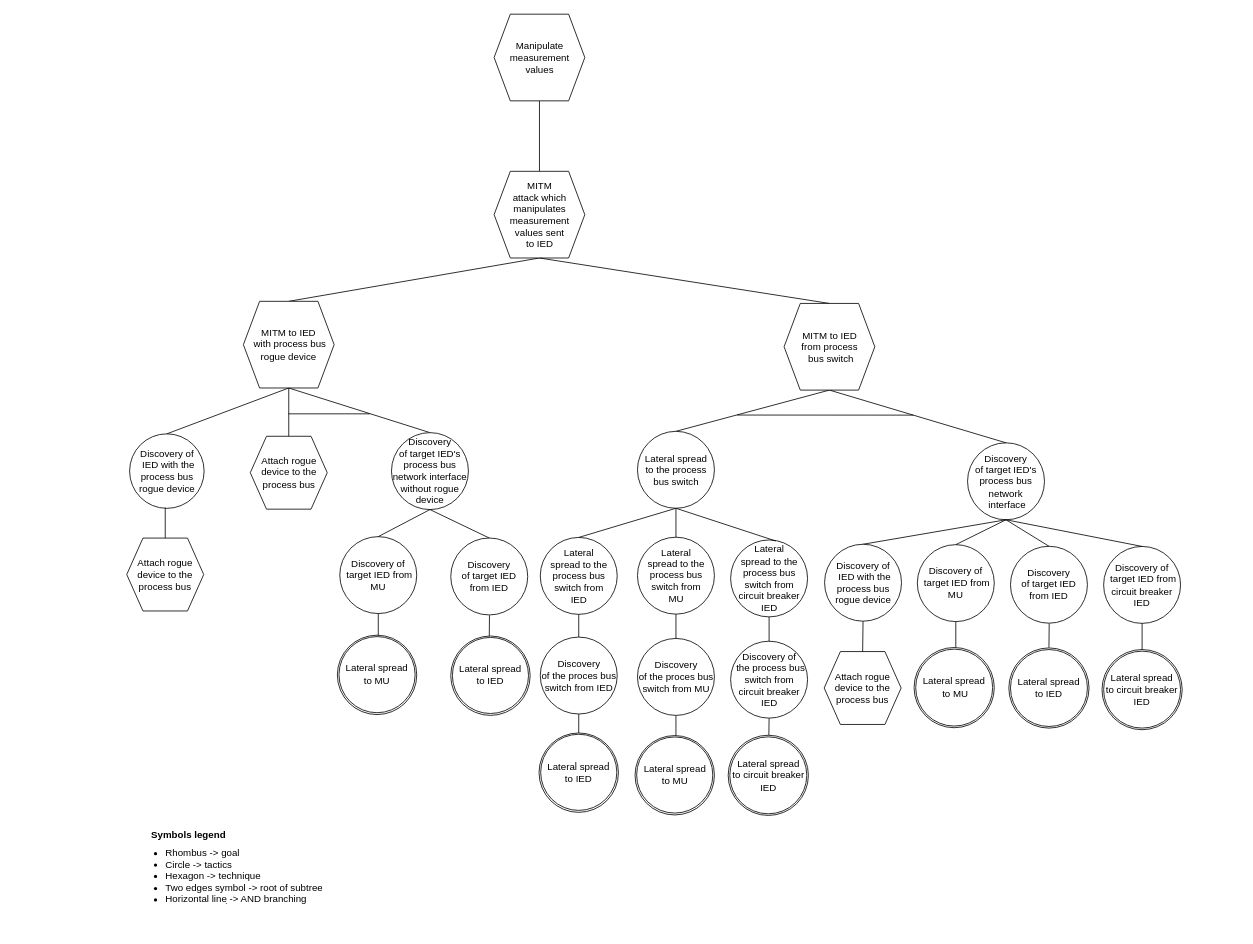
Earlier version of the draw.io diagram drawIO_trees/solution_3_3.drawio (mihaelM/Attack_trees). Source tidied: cells renumbered, new cells numbered last; positions are measured from the earlier drawing's top-left corner, leaving out a move shared by most shapes. Both pictures are drawn from the tidied source at 81%, with x=0, y=0 at pixel (126, 14).
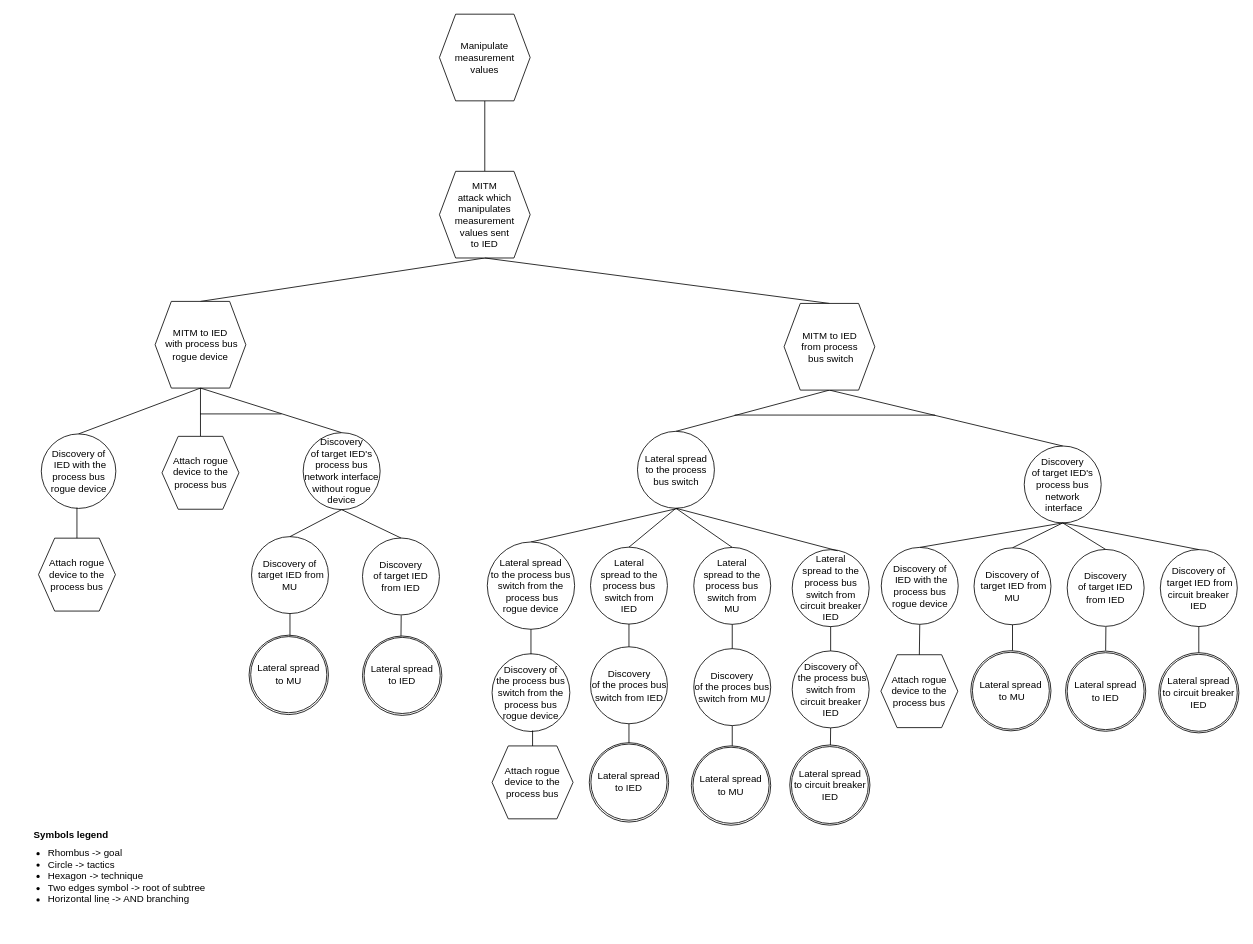
Above is the later version.

The change refers to these unchanged cells:
```xml
<mxCell id="34" value="Lateral spread &lt;br&gt;to the process bus switch" style="ellipse;whiteSpace=wrap;html=1;" parent="1" vertex="1">
  <mxGeometry x="630.5" y="515" width="95" height="95" as="geometry" />
</mxCell>
```

Change to the diagram source:
```diff
@@
     <mxCell id="4" value="MITM &lt;br&gt;attack which manipulates measurement values sent&lt;br&gt;to IED" style="shape=hexagon;perimeter=hexagonPerimeter2;whiteSpace=wrap;html=1;fixedSize=1;" parent="1" vertex="1">
-      <mxGeometry x="453.5" y="194" width="112" height="107" as="geometry" />
+      <mxGeometry x="386" y="194" width="112" height="107" as="geometry" />
     </mxCell>
     <mxCell id="5" value="Manipulate measurement values" style="shape=hexagon;perimeter=hexagonPerimeter2;whiteSpace=wrap;html=1;fixedSize=1;" parent="1" vertex="1">
-      <mxGeometry x="453.5" width="112" height="107" as="geometry" />
+      <mxGeometry x="386" width="112" height="107" as="geometry" />
     </mxCell>
     <mxCell id="6" value="Attach rogue device to the process bus" style="shape=hexagon;perimeter=hexagonPerimeter2;whiteSpace=wrap;html=1;fixedSize=1;" parent="1" vertex="1">
-      <mxGeometry y="646.8" width="95" height="90" as="geometry" />
+      <mxGeometry x="-109" y="646.9" width="95" height="90" as="geometry" />
     </mxCell>
     <mxCell id="7" value="Discovery of&lt;br&gt;&amp;nbsp;IED with the process bus rogue device" style="ellipse;whiteSpace=wrap;html=1;" parent="1" vertex="1">
-      <mxGeometry x="3.5" y="518.1" width="92" height="92" as="geometry" />
+      <mxGeometry x="-105.5" y="518.2" width="92" height="92" as="geometry" />
     </mxCell>
     <mxCell id="8" style="endArrow=none;html=1;rounded=0;entryX=0.5;entryY=0;entryDx=0;entryDy=0;exitX=0.44;exitY=0.99;exitDx=0;exitDy=0;exitPerimeter=0;" parent="1" edge="1" target="6">
       <mxGeometry relative="1" as="geometry">
-        <mxPoint x="47.5" y="609.2" as="sourcePoint" />
+        <mxPoint x="-61.5" y="609.2" as="sourcePoint" />
       </mxGeometry>
     </mxCell>
     <mxCell id="9" style="endArrow=none;html=1;rounded=0;exitX=0.5;exitY=1;exitDx=0;exitDy=0;" parent="1" edge="1" source="10">
       <mxGeometry relative="1" as="geometry">
-        <mxPoint x="558" y="892.2" as="targetPoint" />
+        <mxPoint x="620" y="904.3" as="targetPoint" />
       </mxGeometry>
     </mxCell>
     <mxCell id="10" value="Discovery&lt;br&gt;of the proces bus switch from IED" style="ellipse;whiteSpace=wrap;html=1;" parent="1" vertex="1">
-      <mxGeometry x="510.5" y="769" width="95" height="95" as="geometry" />
+      <mxGeometry x="572.5" y="781" width="95" height="95" as="geometry" />
     </mxCell>
     <mxCell id="11" value="Lateral&lt;br&gt;&amp;nbsp;spread to the&amp;nbsp;&lt;br&gt;process bus switch from &lt;br&gt;IED" style="ellipse;whiteSpace=wrap;html=1;" parent="1" vertex="1">
-      <mxGeometry x="510.5" y="646" width="95" height="95" as="geometry" />
+      <mxGeometry x="572.5" y="658" width="95" height="95" as="geometry" />
     </mxCell>
@@
     <mxCell id="14" style="endArrow=none;html=1;rounded=0;entryX=0.5;entryY=0;entryDx=0;entryDy=0;" parent="1" edge="1">
       <mxGeometry relative="1" as="geometry">
-        <mxPoint x="1138.8" y="752.4" as="sourcePoint" />
-        <mxPoint x="1138.5" y="781.9" as="targetPoint" />
+        <mxPoint x="1208.8" y="756.3" as="sourcePoint" />
+        <mxPoint x="1208.5" y="785.8" as="targetPoint" />
       </mxGeometry>
     </mxCell>
     <mxCell id="15" value="Discovery&lt;br&gt;of target IED's process bus network&lt;br&gt;&amp;nbsp;interface" style="ellipse;whiteSpace=wrap;html=1;" parent="1" vertex="1">
-      <mxGeometry x="1038" y="529.2" width="95" height="95" as="geometry" />
+      <mxGeometry x="1108" y="533.1" width="95" height="95" as="geometry" />
     </mxCell>
@@
     <mxCell id="19" value="Discovery&lt;br&gt;of target IED from IED" style="ellipse;whiteSpace=wrap;html=1;" parent="1" vertex="1">
-      <mxGeometry x="1091" y="656.9" width="95" height="95" as="geometry" />
+      <mxGeometry x="1161" y="660.8" width="95" height="95" as="geometry" />
     </mxCell>
@@
     <mxCell id="21" value="Discovery of&lt;br&gt;&amp;nbsp;target IED from MU" style="ellipse;whiteSpace=wrap;html=1;" parent="1" vertex="1">
-      <mxGeometry x="976" y="654.9" width="95" height="95" as="geometry" />
+      <mxGeometry x="1046" y="658.8" width="95" height="95" as="geometry" />
     </mxCell>
     <mxCell id="22" style="endArrow=none;html=1;rounded=0;entryX=0.5;entryY=1;entryDx=0;entryDy=0;" parent="1" edge="1" target="21">
       <mxGeometry relative="1" as="geometry">
-        <mxPoint x="1023.5" y="781.9" as="sourcePoint" />
+        <mxPoint x="1093.5" y="785.8" as="sourcePoint" />
       </mxGeometry>
     </mxCell>
@@
     <mxCell id="24" style="endArrow=none;html=1;rounded=0;" parent="1" edge="1">
       <mxGeometry relative="1" as="geometry">
-        <mxPoint x="753.5" y="494.9" as="sourcePoint" />
-        <mxPoint x="971" y="495" as="targetPoint" />
+        <mxPoint x="750.5" y="494.9" as="sourcePoint" />
+        <mxPoint x="998" y="495" as="targetPoint" />
       </mxGeometry>
     </mxCell>
@@
     <mxCell id="26" value="Attach rogue device to the process bus" style="shape=hexagon;perimeter=hexagonPerimeter2;whiteSpace=wrap;html=1;fixedSize=1;" parent="1" vertex="1">
-      <mxGeometry x="861" y="786.9" width="95" height="90" as="geometry" />
+      <mxGeometry x="931" y="790.8" width="95" height="90" as="geometry" />
     </mxCell>
@@
     <mxCell id="28" value="Discovery of&lt;br&gt;&amp;nbsp;IED with the process bus rogue device" style="ellipse;whiteSpace=wrap;html=1;" parent="1" vertex="1">
-      <mxGeometry x="861.5" y="654.4" width="95" height="95" as="geometry" />
+      <mxGeometry x="931.5" y="658.3" width="95" height="95" as="geometry" />
     </mxCell>
     <mxCell id="29" style="endArrow=none;html=1;rounded=0;exitX=0.5;exitY=1;exitDx=0;exitDy=0;" parent="1" edge="1" source="30">
       <mxGeometry relative="1" as="geometry">
-        <mxPoint x="678" y="891.9" as="targetPoint" />
+        <mxPoint x="747.5" y="904.6" as="targetPoint" />
       </mxGeometry>
     </mxCell>
     <mxCell id="30" value="Discovery&lt;br&gt;of the proces bus switch from MU" style="ellipse;whiteSpace=wrap;html=1;" parent="1" vertex="1">
-      <mxGeometry x="630.5" y="770.7" width="95" height="95" as="geometry" />
+      <mxGeometry x="700" y="783.3" width="95" height="95" as="geometry" />
     </mxCell>
     <mxCell id="31" value="Lateral&lt;br&gt;&amp;nbsp;spread to the&amp;nbsp;&lt;br&gt;process bus switch from &lt;br&gt;MU" style="ellipse;whiteSpace=wrap;html=1;" parent="1" vertex="1">
-      <mxGeometry x="630.5" y="645.7" width="95" height="95" as="geometry" />
+      <mxGeometry x="700" y="658.3" width="95" height="95" as="geometry" />
     </mxCell>
@@
-    <mxCell id="33" style="endArrow=none;html=1;rounded=0;entryX=0.5;entryY=1;entryDx=0;entryDy=0;" parent="1" edge="1" source="31" target="34">
+    <mxCell id="33" style="endArrow=none;html=1;rounded=0;entryX=0.5;entryY=1;entryDx=0;entryDy=0;exitX=0.5;exitY=0;exitDx=0;exitDy=0;" parent="1" edge="1" source="31" target="34">
       <mxGeometry relative="1" as="geometry" />
     </mxCell>
@@
     <mxCell id="36" value="MITM to IED&lt;br&gt;&amp;nbsp;with process bus rogue device" style="shape=hexagon;perimeter=hexagonPerimeter2;whiteSpace=wrap;html=1;fixedSize=1;" parent="1" vertex="1">
-      <mxGeometry x="144" y="354.5" width="112" height="107" as="geometry" />
+      <mxGeometry x="35" y="354.6" width="112" height="107" as="geometry" />
     </mxCell>
@@
     <mxCell id="40" style="endArrow=none;html=1;rounded=0;" parent="1" edge="1">
       <mxGeometry relative="1" as="geometry">
-        <mxPoint x="199.5" y="493.4" as="sourcePoint" />
-        <mxPoint x="300" y="493.4" as="targetPoint" />
+        <mxPoint x="90.5" y="493.5" as="sourcePoint" />
+        <mxPoint x="191" y="493.5" as="targetPoint" />
       </mxGeometry>
     </mxCell>
     <mxCell id="41" value="Attach rogue device to the process bus" style="shape=hexagon;perimeter=hexagonPerimeter2;whiteSpace=wrap;html=1;fixedSize=1;" parent="1" vertex="1">
-      <mxGeometry x="152.5" y="521.1" width="95" height="90" as="geometry" />
+      <mxGeometry x="43.5" y="521.2" width="95" height="90" as="geometry" />
     </mxCell>
     <mxCell id="42" style="endArrow=none;html=1;rounded=0;entryX=0.5;entryY=0;entryDx=0;entryDy=0;" parent="1" edge="1">
       <mxGeometry relative="1" as="geometry">
-        <mxPoint x="447.8" y="742.2" as="sourcePoint" />
-        <mxPoint x="447.5" y="772.7" as="targetPoint" />
+        <mxPoint x="338.8" y="742.2" as="sourcePoint" />
+        <mxPoint x="338.5" y="772.7" as="targetPoint" />
       </mxGeometry>
     </mxCell>
     <mxCell id="43" value="Discovery&lt;br&gt;of target IED's process bus network interface without rogue device" style="ellipse;whiteSpace=wrap;html=1;" parent="1" vertex="1">
-      <mxGeometry x="326.8" y="516.6" width="95" height="95" as="geometry" />
+      <mxGeometry x="217.8" y="516.7" width="95" height="95" as="geometry" />
     </mxCell>
     <mxCell id="44" value="Discovery&lt;br&gt;of target IED from IED" style="ellipse;whiteSpace=wrap;html=1;" parent="1" vertex="1">
-      <mxGeometry x="400" y="646.7" width="95" height="95" as="geometry" />
+      <mxGeometry x="291" y="646.7" width="95" height="95" as="geometry" />
     </mxCell>
@@
     <mxCell id="46" value="Discovery of&lt;br&gt;&amp;nbsp;target IED from MU" style="ellipse;whiteSpace=wrap;html=1;" parent="1" vertex="1">
-      <mxGeometry x="263" y="645" width="95" height="95" as="geometry" />
+      <mxGeometry x="154" y="645" width="95" height="95" as="geometry" />
     </mxCell>
     <mxCell id="47" style="endArrow=none;html=1;rounded=0;entryX=0.5;entryY=1;entryDx=0;entryDy=0;" parent="1" edge="1" target="46">
       <mxGeometry relative="1" as="geometry">
-        <mxPoint x="310.5" y="772" as="sourcePoint" />
+        <mxPoint x="201.5" y="772" as="sourcePoint" />
       </mxGeometry>
     </mxCell>
@@
     <mxCell id="49" value="Discovery of&lt;br&gt;&amp;nbsp;target IED from circuit breaker IED" style="ellipse;whiteSpace=wrap;html=1;" parent="1" vertex="1">
-      <mxGeometry x="1206" y="657.1" width="95" height="95" as="geometry" />
+      <mxGeometry x="1276" y="661" width="95" height="95" as="geometry" />
     </mxCell>
@@
     <mxCell id="52" value="Discovery of&lt;br&gt;&amp;nbsp;the process&amp;nbsp;bus switch from circuit breaker IED" style="ellipse;whiteSpace=wrap;html=1;" parent="1" vertex="1">
-      <mxGeometry x="745.5" y="774.1" width="95" height="95" as="geometry" />
+      <mxGeometry x="821.5" y="786.1" width="95" height="95" as="geometry" />
     </mxCell>
     <mxCell id="53" value="Lateral&lt;br&gt;&amp;nbsp;spread to the&amp;nbsp;&lt;br&gt;process bus switch from &lt;br&gt;circuit breaker IED" style="ellipse;whiteSpace=wrap;html=1;" parent="1" vertex="1">
-      <mxGeometry x="745.5" y="649.1" width="95" height="95" as="geometry" />
+      <mxGeometry x="821.5" y="661.1" width="95" height="95" as="geometry" />
     </mxCell>
@@
     <mxCell id="56" value="&lt;font style=&quot;font-size: 12px&quot;&gt;Symbols legend&lt;/font&gt;" style="text;strokeColor=none;fillColor=none;html=1;fontSize=24;fontStyle=1;verticalAlign=middle;align=center;" parent="1" vertex="1">
-      <mxGeometry x="26" y="989" width="100" height="40" as="geometry" />
+      <mxGeometry x="-119" y="989.2" width="100" height="40" as="geometry" />
     </mxCell>
     <mxCell id="57" value="&lt;ul&gt;&lt;li&gt;&lt;span&gt;Rhombus -&amp;gt; goal&lt;/span&gt;&lt;/li&gt;&lt;li&gt;&lt;span&gt;Circle -&amp;gt; tactics&lt;/span&gt;&lt;br&gt;&lt;/li&gt;&lt;li&gt;Hexagon -&amp;gt; technique&lt;/li&gt;&lt;li&gt;Two edges symbol -&amp;gt; root of subtree&lt;/li&gt;&lt;li&gt;Horizontal line&amp;nbsp;̣-&amp;gt; AND branching&lt;/li&gt;&lt;/ul&gt;" style="text;strokeColor=none;fillColor=none;html=1;whiteSpace=wrap;verticalAlign=middle;overflow=hidden;fontSize=12;" parent="1" vertex="1">
-      <mxGeometry x="6" y="998" width="256" height="132" as="geometry" />
+      <mxGeometry x="-139" y="998.2" width="256" height="132" as="geometry" />
     </mxCell>
     <mxCell id="58" style="ellipse;whiteSpace=wrap;html=1;" parent="1" vertex="1">
-      <mxGeometry x="260" y="766.7" width="98" height="98" as="geometry" />
+      <mxGeometry x="151" y="766.7" width="98" height="98" as="geometry" />
     </mxCell>
     <mxCell id="59" value="&lt;span&gt;Lateral spread&lt;/span&gt;&lt;br&gt;&lt;span&gt;to MU&lt;/span&gt;" style="ellipse;whiteSpace=wrap;html=1;" parent="1" vertex="1">
-      <mxGeometry x="262" y="768.4" width="94" height="94" as="geometry" />
+      <mxGeometry x="153" y="768.4" width="94" height="94" as="geometry" />
     </mxCell>
     <mxCell id="60" style="ellipse;whiteSpace=wrap;html=1;" parent="1" vertex="1">
-      <mxGeometry x="400" y="767.7" width="98" height="98" as="geometry" />
+      <mxGeometry x="291" y="767.7" width="98" height="98" as="geometry" />
     </mxCell>
     <mxCell id="61" value="&lt;span&gt;Lateral spread&lt;/span&gt;&lt;br&gt;&lt;span&gt;to IED&lt;/span&gt;" style="ellipse;whiteSpace=wrap;html=1;" parent="1" vertex="1">
-      <mxGeometry x="402" y="769.4" width="94" height="94" as="geometry" />
+      <mxGeometry x="293" y="769.4" width="94" height="94" as="geometry" />
     </mxCell>
     <mxCell id="62" style="ellipse;whiteSpace=wrap;html=1;" parent="1" vertex="1">
-      <mxGeometry x="509" y="887.4" width="98" height="98" as="geometry" />
+      <mxGeometry x="571" y="899.4" width="98" height="98" as="geometry" />
     </mxCell>
     <mxCell id="63" value="&lt;span&gt;Lateral spread&lt;/span&gt;&lt;br&gt;&lt;span&gt;to IED&lt;/span&gt;" style="ellipse;whiteSpace=wrap;html=1;" parent="1" vertex="1">
-      <mxGeometry x="511" y="889" width="94" height="94" as="geometry" />
+      <mxGeometry x="573" y="901.1" width="94" height="94" as="geometry" />
     </mxCell>
     <mxCell id="64" style="ellipse;whiteSpace=wrap;html=1;" parent="1" vertex="1">
-      <mxGeometry x="627.5" y="890.6" width="98" height="98" as="geometry" />
+      <mxGeometry x="697" y="903.3" width="98" height="98" as="geometry" />
     </mxCell>
     <mxCell id="65" value="&lt;span&gt;Lateral spread&lt;/span&gt;&lt;br&gt;&lt;span&gt;to MU&lt;/span&gt;" style="ellipse;whiteSpace=wrap;html=1;" parent="1" vertex="1">
-      <mxGeometry x="629.5" y="892.3" width="94" height="94" as="geometry" />
+      <mxGeometry x="699" y="905" width="94" height="94" as="geometry" />
     </mxCell>
     <mxCell id="66" style="ellipse;whiteSpace=wrap;html=1;" parent="1" vertex="1">
-      <mxGeometry x="742.5" y="890.2" width="99" height="99" as="geometry" />
+      <mxGeometry x="818.5" y="902.2" width="99" height="99" as="geometry" />
     </mxCell>
     <mxCell id="67" value="&lt;span&gt;Lateral spread&lt;/span&gt;&lt;br&gt;&lt;span&gt;to circuit breaker IED&lt;/span&gt;" style="ellipse;whiteSpace=wrap;html=1;" parent="1" vertex="1">
-      <mxGeometry x="744.5" y="892.2" width="95" height="95" as="geometry" />
+      <mxGeometry x="820.5" y="904.2" width="95" height="95" as="geometry" />
     </mxCell>
@@
     <mxCell id="69" style="ellipse;whiteSpace=wrap;html=1;" parent="1" vertex="1">
-      <mxGeometry x="1204" y="784.4" width="99" height="99" as="geometry" />
+      <mxGeometry x="1274" y="788.3" width="99" height="99" as="geometry" />
     </mxCell>
     <mxCell id="70" value="&lt;span&gt;Lateral spread&lt;/span&gt;&lt;br&gt;&lt;span&gt;to circuit breaker IED&lt;/span&gt;" style="ellipse;whiteSpace=wrap;html=1;" parent="1" vertex="1">
-      <mxGeometry x="1206" y="786.4" width="95" height="95" as="geometry" />
+      <mxGeometry x="1276" y="790.3" width="95" height="95" as="geometry" />
     </mxCell>
     <mxCell id="71" style="ellipse;whiteSpace=wrap;html=1;" parent="1" vertex="1">
-      <mxGeometry x="1089" y="782.4" width="99" height="99" as="geometry" />
+      <mxGeometry x="1159" y="786.3" width="99" height="99" as="geometry" />
     </mxCell>
     <mxCell id="72" value="&lt;span&gt;Lateral spread&lt;/span&gt;&lt;br&gt;&lt;span&gt;to IED&lt;/span&gt;" style="ellipse;whiteSpace=wrap;html=1;" parent="1" vertex="1">
-      <mxGeometry x="1091" y="784.4" width="95" height="95" as="geometry" />
+      <mxGeometry x="1161" y="788.3" width="95" height="95" as="geometry" />
     </mxCell>
     <mxCell id="73" style="ellipse;whiteSpace=wrap;html=1;" parent="1" vertex="1">
-      <mxGeometry x="972" y="781.9" width="99" height="99" as="geometry" />
+      <mxGeometry x="1042" y="785.8" width="99" height="99" as="geometry" />
     </mxCell>
     <mxCell id="74" value="Lateral spread&lt;br&gt;&amp;nbsp;to MU" style="ellipse;whiteSpace=wrap;html=1;" parent="1" vertex="1">
-      <mxGeometry x="974" y="783.9" width="95" height="95" as="geometry" />
+      <mxGeometry x="1044" y="787.8" width="95" height="95" as="geometry" />
     </mxCell>
+    <mxCell id="75" style="endArrow=none;html=1;rounded=0;entryX=0.5;entryY=0;entryDx=0;entryDy=0;" parent="1" edge="1" target="76">
+      <mxGeometry relative="1" as="geometry">
+        <mxPoint x="681" y="610" as="sourcePoint" />
+      </mxGeometry>
+    </mxCell>
+    <mxCell id="76" value="Lateral spread&lt;br&gt;to the process bus switch from the&lt;br&gt;&amp;nbsp;process bus&lt;br&gt;rogue device" style="ellipse;whiteSpace=wrap;html=1;" parent="1" vertex="1">
+      <mxGeometry x="445.1" y="651.6" width="107.8" height="107.8" as="geometry" />
+    </mxCell>
+    <mxCell id="77" value="Discovery of &lt;br&gt;the process bus switch from the process bus rogue device" style="ellipse;whiteSpace=wrap;html=1;" parent="1" vertex="1">
+      <mxGeometry x="451" y="789.6" width="96" height="96" as="geometry" />
+    </mxCell>
+    <mxCell id="78" value="Attach rogue device to the process bus" style="shape=hexagon;perimeter=hexagonPerimeter2;whiteSpace=wrap;html=1;fixedSize=1;" parent="1" vertex="1">
+      <mxGeometry x="451" y="903.4" width="100" height="90" as="geometry" />
+    </mxCell>
+    <mxCell id="79" style="endArrow=none;html=1;rounded=0;" parent="1" edge="1" source="78">
+      <mxGeometry relative="1" as="geometry">
+        <mxPoint x="501" y="884.4" as="targetPoint" />
+      </mxGeometry>
+    </mxCell>
+    <mxCell id="80" style="endArrow=none;html=1;rounded=0;exitX=0.5;exitY=0;exitDx=0;exitDy=0;entryX=0.5;entryY=1;entryDx=0;entryDy=0;" parent="1" edge="1" target="76">
+      <mxGeometry relative="1" as="geometry">
+        <mxPoint x="499" y="790.2" as="sourcePoint" />
+      </mxGeometry>
+    </mxCell>
```
